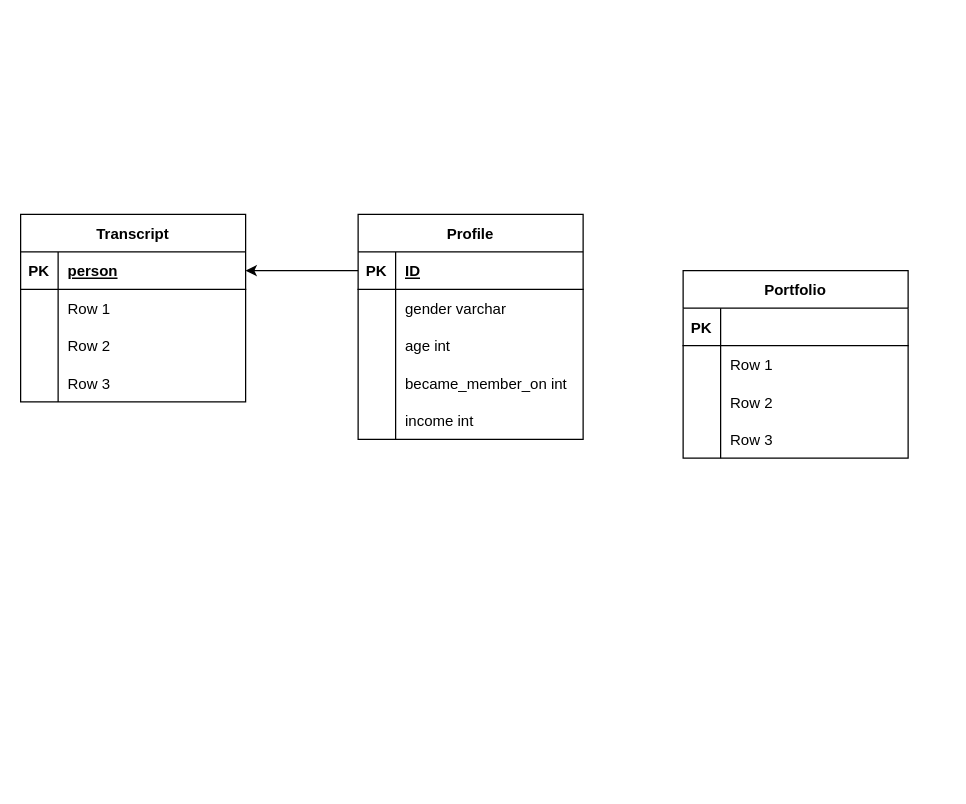
Above: Untitled Diagram.drawio in Suchebada/Data-Engineer-Tutorial-Series (draw.io), before the change. Source tidied: cells renumbered, new cells numbered last; positions are measured from the earlier drawing's top-left corner, leaving out a move shared by most shapes. Both pictures are drawn from the tidied source at 125%, with x=0, y=0 at pixel (20, 20).
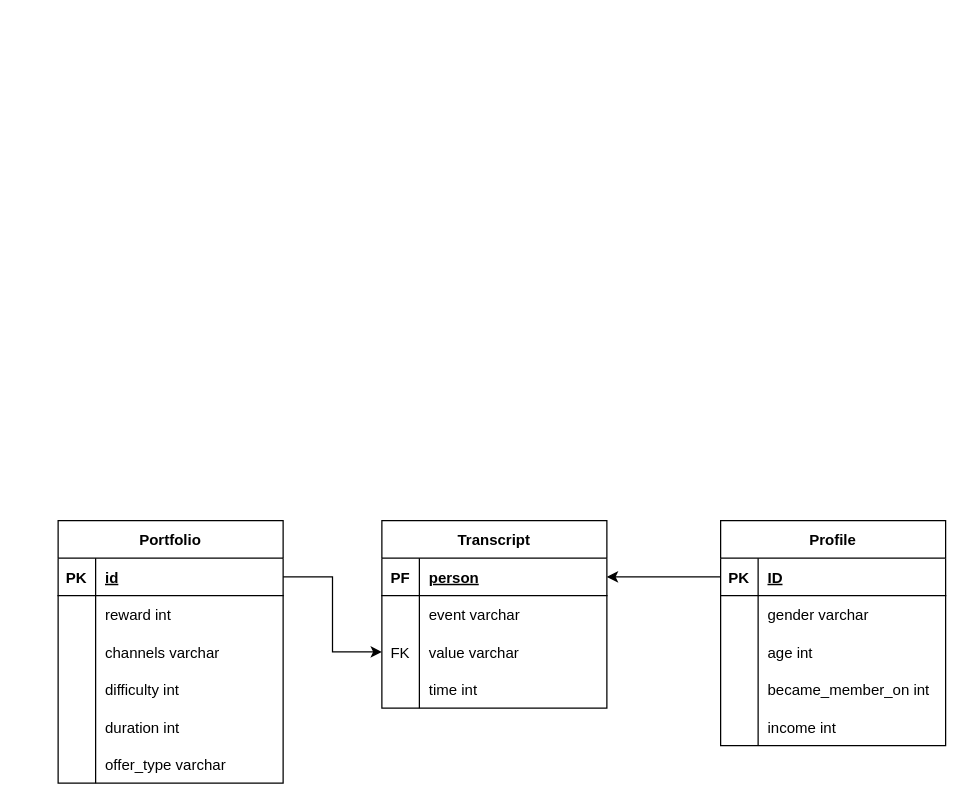
After the change.

The change refers to these unchanged cells:
```xml
<mxCell id="19" style="shape=tableRow;horizontal=0;startSize=0;swimlaneHead=0;swimlaneBody=0;fillColor=none;points=[[0,0.5],[1,0.5]];portConstraint=eastwest;top=0;left=0;right=0;bottom=1;" parent="18" vertex="1">
  <mxGeometry y="30" width="180" height="30" as="geometry" />
</mxCell>
<mxCell id="22" style="shape=tableRow;horizontal=0;startSize=0;swimlaneHead=0;swimlaneBody=0;fillColor=none;top=0;left=0;right=0;bottom=0;" parent="18" vertex="1">
  <mxGeometry y="60" width="180" height="30" as="geometry" />
</mxCell>
<mxCell id="25" style="shape=tableRow;horizontal=0;startSize=0;swimlaneHead=0;swimlaneBody=0;fillColor=none;top=0;left=0;right=0;bottom=0;" parent="18" vertex="1">
  <mxGeometry y="90" width="180" height="30" as="geometry" />
</mxCell>
<mxCell id="28" style="shape=tableRow;horizontal=0;startSize=0;swimlaneHead=0;swimlaneBody=0;fillColor=none;top=0;left=0;right=0;bottom=0;" parent="18" vertex="1">
  <mxGeometry y="120" width="180" height="30" as="geometry" />
</mxCell>
<mxCell id="32" style="shape=tableRow;horizontal=0;startSize=0;swimlaneHead=0;swimlaneBody=0;fillColor=none;points=[[0,0.5],[1,0.5]];portConstraint=eastwest;top=0;left=0;right=0;bottom=1;" parent="31" vertex="1">
  <mxGeometry y="30" width="180" height="30" as="geometry" />
</mxCell>
<mxCell id="35" style="shape=tableRow;horizontal=0;startSize=0;swimlaneHead=0;swimlaneBody=0;fillColor=none;top=0;left=0;right=0;bottom=0;" parent="31" vertex="1">
  <mxGeometry y="60" width="180" height="30" as="geometry" />
</mxCell>
<mxCell id="38" style="shape=tableRow;horizontal=0;startSize=0;swimlaneHead=0;swimlaneBody=0;fillColor=none;points=[[0,0.5],[1,0.5]];portConstraint=eastwest;top=0;left=0;right=0;bottom=0;" parent="31" vertex="1">
  <mxGeometry y="90" width="180" height="30" as="geometry" />
</mxCell>
<mxCell id="41" style="shape=tableRow;horizontal=0;startSize=0;swimlaneHead=0;swimlaneBody=0;fillColor=none;top=0;left=0;right=0;bottom=0;" parent="31" vertex="1">
  <mxGeometry y="120" width="180" height="30" as="geometry" />
</mxCell>
```

What changed in the source:
```diff
@@
     <mxCell id="2" value="Profile" style="shape=table;startSize=30;childLayout=tableLayout;rowLines=0;fontStyle=1;align=center;" parent="1" vertex="1">
-      <mxGeometry x="270" y="155" width="180" height="180" as="geometry" />
+      <mxGeometry x="560" y="400" width="180" height="180" as="geometry" />
     </mxCell>
@@
     <mxCell id="18" value="Portfolio" style="shape=table;startSize=30;childLayout=tableLayout;rowLines=0;fontStyle=1;align=center;" parent="1" vertex="1">
-      <mxGeometry x="530" y="200" width="180" height="150" as="geometry" />
+      <mxGeometry x="30" y="400" width="180" height="210" as="geometry" />
     </mxCell>
@@
-    <mxCell id="21" style="shape=partialRectangle;fillColor=none;top=0;left=0;bottom=0;right=0;align=left;spacingLeft=6;fontStyle=5;overflow=hidden;" parent="19" vertex="1">
+    <mxCell id="21" value="id" style="shape=partialRectangle;fillColor=none;top=0;left=0;bottom=0;right=0;align=left;spacingLeft=6;fontStyle=5;overflow=hidden;" parent="19" vertex="1">
       <mxGeometry x="30" width="150" height="30" as="geometry" />
     </mxCell>
@@
-    <mxCell id="24" value="Row 1" style="shape=partialRectangle;fillColor=none;top=0;left=0;bottom=0;right=0;align=left;spacingLeft=6;overflow=hidden;" parent="22" vertex="1">
+    <mxCell id="24" value="reward int" style="shape=partialRectangle;fillColor=none;top=0;left=0;bottom=0;right=0;align=left;spacingLeft=6;overflow=hidden;" parent="22" vertex="1">
       <mxGeometry x="30" width="150" height="30" as="geometry" />
     </mxCell>
@@
-    <mxCell id="27" value="Row 2" style="shape=partialRectangle;fillColor=none;top=0;left=0;bottom=0;right=0;align=left;spacingLeft=6;overflow=hidden;" parent="25" vertex="1">
+    <mxCell id="27" value="channels varchar" style="shape=partialRectangle;fillColor=none;top=0;left=0;bottom=0;right=0;align=left;spacingLeft=6;overflow=hidden;" parent="25" vertex="1">
       <mxGeometry x="30" width="150" height="30" as="geometry" />
     </mxCell>
@@
-    <mxCell id="30" value="Row 3" style="shape=partialRectangle;fillColor=none;top=0;left=0;bottom=0;right=0;align=left;spacingLeft=6;overflow=hidden;" parent="28" vertex="1">
+    <mxCell id="30" value="difficulty int" style="shape=partialRectangle;fillColor=none;top=0;left=0;bottom=0;right=0;align=left;spacingLeft=6;overflow=hidden;" parent="28" vertex="1">
       <mxGeometry x="30" width="150" height="30" as="geometry" />
     </mxCell>
+    <mxCell id="47" style="shape=tableRow;horizontal=0;startSize=0;swimlaneHead=0;swimlaneBody=0;fillColor=none;top=0;left=0;right=0;bottom=0;" parent="18" vertex="1">
+      <mxGeometry y="150" width="180" height="30" as="geometry" />
+    </mxCell>
+    <mxCell id="48" style="shape=partialRectangle;fillColor=none;top=0;left=0;bottom=0;right=0;overflow=hidden;" parent="47" vertex="1">
+      <mxGeometry width="30" height="30" as="geometry" />
+    </mxCell>
+    <mxCell id="49" value="duration int" style="shape=partialRectangle;fillColor=none;top=0;left=0;bottom=0;right=0;align=left;spacingLeft=6;overflow=hidden;" parent="47" vertex="1">
+      <mxGeometry x="30" width="150" height="30" as="geometry" />
+    </mxCell>
+    <mxCell id="50" style="shape=tableRow;horizontal=0;startSize=0;swimlaneHead=0;swimlaneBody=0;fillColor=none;top=0;left=0;right=0;bottom=0;" parent="18" vertex="1">
+      <mxGeometry y="180" width="180" height="30" as="geometry" />
+    </mxCell>
+    <mxCell id="51" style="shape=partialRectangle;fillColor=none;top=0;left=0;bottom=0;right=0;overflow=hidden;" parent="50" vertex="1">
+      <mxGeometry width="30" height="30" as="geometry" />
+    </mxCell>
+    <mxCell id="52" value="offer_type varchar" style="shape=partialRectangle;fillColor=none;top=0;left=0;bottom=0;right=0;align=left;spacingLeft=6;overflow=hidden;" parent="50" vertex="1">
+      <mxGeometry x="30" width="150" height="30" as="geometry" />
+    </mxCell>
     <mxCell id="31" value="Transcript" style="shape=table;startSize=30;childLayout=tableLayout;rowLines=0;fontStyle=1;align=center;" parent="1" vertex="1">
-      <mxGeometry y="155" width="180" height="150" as="geometry" />
+      <mxGeometry x="289" y="400" width="180" height="150" as="geometry" />
     </mxCell>
@@
-    <mxCell id="33" value="PK" style="shape=partialRectangle;fillColor=none;top=0;left=0;bottom=0;right=0;fontStyle=1;overflow=hidden;" parent="32" vertex="1">
+    <mxCell id="33" value="PF" style="shape=partialRectangle;fillColor=none;top=0;left=0;bottom=0;right=0;fontStyle=1;overflow=hidden;" parent="32" vertex="1">
       <mxGeometry width="30" height="30" as="geometry" />
     </mxCell>
@@
-    <mxCell id="37" value="Row 1" style="shape=partialRectangle;fillColor=none;top=0;left=0;bottom=0;right=0;align=left;spacingLeft=6;overflow=hidden;" parent="35" vertex="1">
+    <mxCell id="37" value="event varchar" style="shape=partialRectangle;fillColor=none;top=0;left=0;bottom=0;right=0;align=left;spacingLeft=6;overflow=hidden;" parent="35" vertex="1">
       <mxGeometry x="30" width="150" height="30" as="geometry" />
     </mxCell>
@@
-    <mxCell id="39" style="shape=partialRectangle;fillColor=none;top=0;left=0;bottom=0;right=0;overflow=hidden;" parent="38" vertex="1">
+    <mxCell id="39" value="FK" style="shape=partialRectangle;fillColor=none;top=0;left=0;bottom=0;right=0;overflow=hidden;" parent="38" vertex="1">
       <mxGeometry width="30" height="30" as="geometry" />
     </mxCell>
-    <mxCell id="40" value="Row 2" style="shape=partialRectangle;fillColor=none;top=0;left=0;bottom=0;right=0;align=left;spacingLeft=6;overflow=hidden;" parent="38" vertex="1">
+    <mxCell id="40" value="value varchar" style="shape=partialRectangle;fillColor=none;top=0;left=0;bottom=0;right=0;align=left;spacingLeft=6;overflow=hidden;" parent="38" vertex="1">
       <mxGeometry x="30" width="150" height="30" as="geometry" />
     </mxCell>
@@
-    <mxCell id="43" value="Row 3" style="shape=partialRectangle;fillColor=none;top=0;left=0;bottom=0;right=0;align=left;spacingLeft=6;overflow=hidden;" parent="41" vertex="1">
+    <mxCell id="43" value="time int" style="shape=partialRectangle;fillColor=none;top=0;left=0;bottom=0;right=0;align=left;spacingLeft=6;overflow=hidden;" parent="41" vertex="1">
       <mxGeometry x="30" width="150" height="30" as="geometry" />
     </mxCell>
@@
+    <mxCell id="53" style="edgeStyle=orthogonalEdgeStyle;rounded=0;jettySize=auto;html=1;exitX=1;exitY=0.5;exitDx=0;exitDy=0;entryX=0;entryY=0.5;entryDx=0;entryDy=0;" parent="1" edge="1" source="19" target="38">
+      <mxGeometry relative="1" as="geometry" />
+    </mxCell>
```
